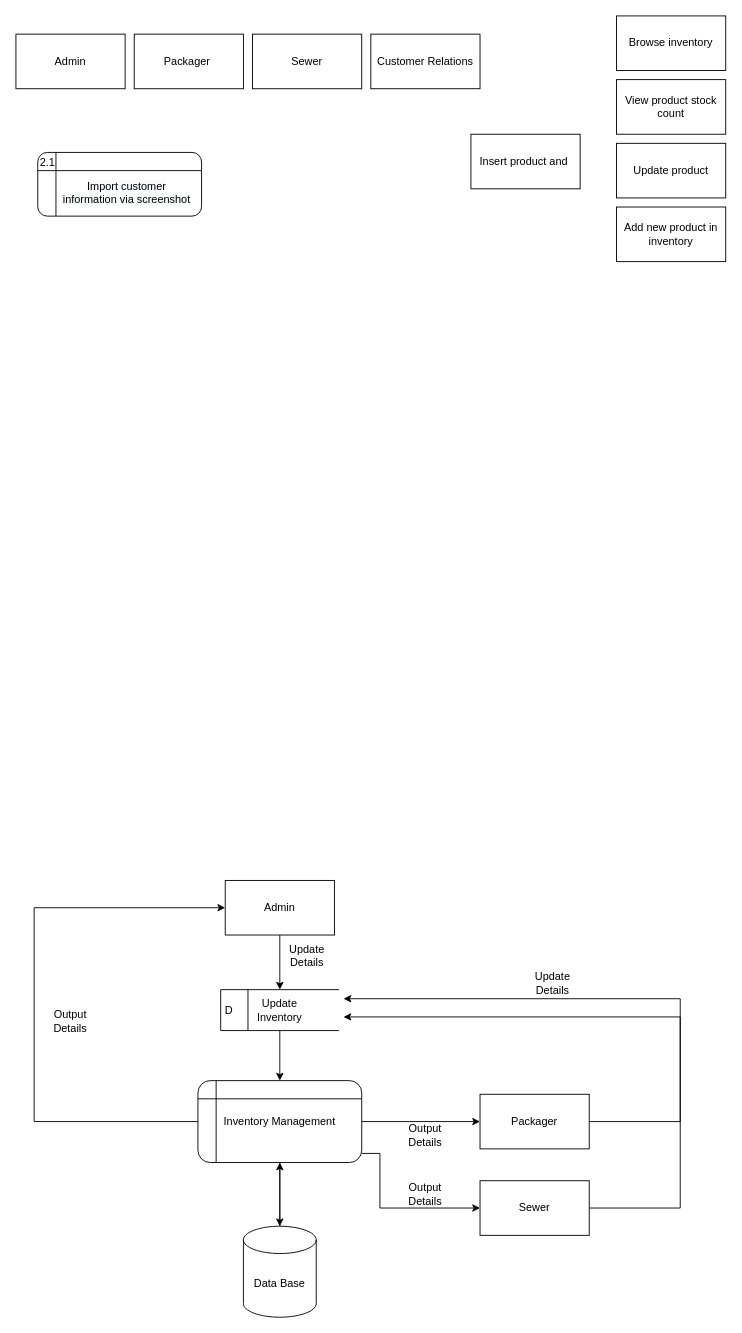
The draw.io diagram page "Copy of Level 2 DFD (Inventory Management)" (7 of 10) of DFD DIAGRAMS.drawio in BryanFabellore/Team_SPOTLIGHT, before the edit. Source tidied: cells renumbered, new cells numbered last; positions are measured from the earlier drawing's top-left corner, leaving out a move shared by most shapes. Both pictures are drawn from the tidied source at 91%, with x=0, y=0 at pixel (15, 15).
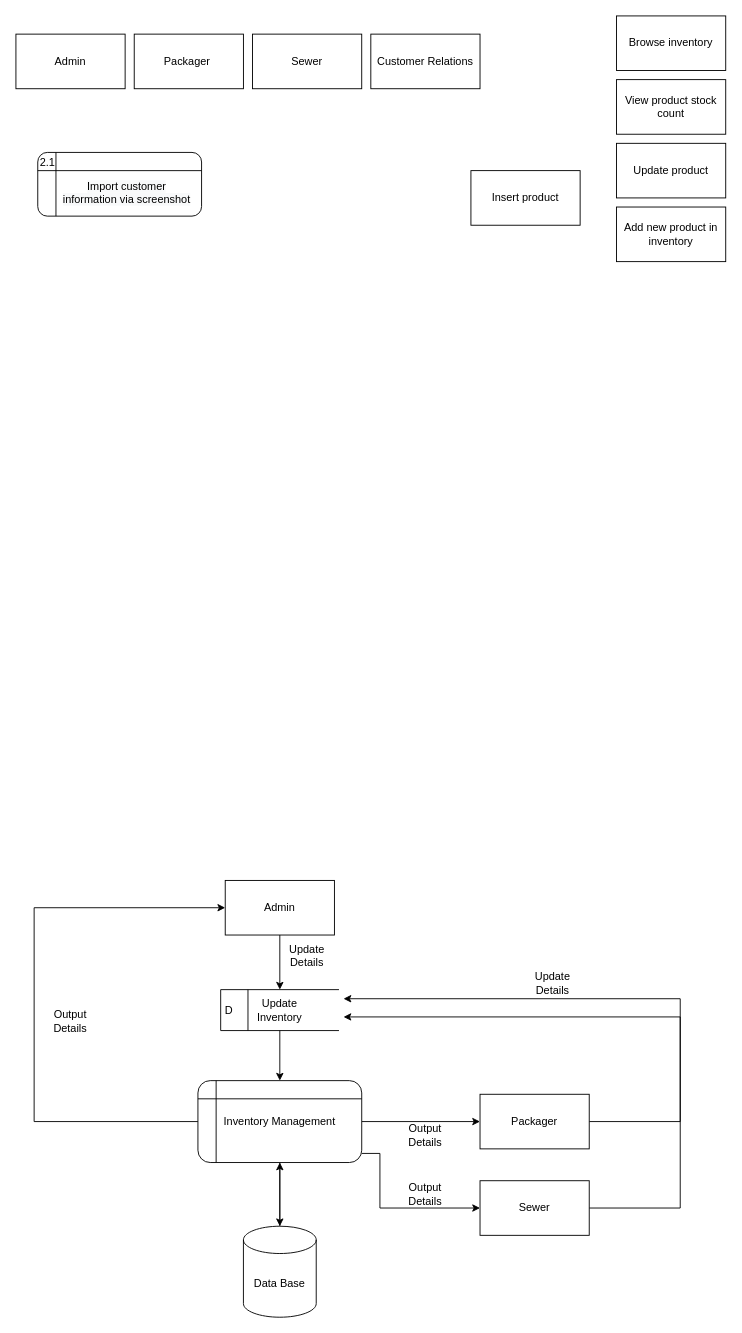
Above is the later version.

The edit, as a diff of the source:
```diff
@@
-    <mxCell id="36" value="Insert product and&amp;nbsp;" style="rounded=0;whiteSpace=wrap;html=1;strokeColor=default;fontFamily=Helvetica;fontSize=12;fontColor=default;fillColor=#FFFFFF;" parent="1" vertex="1">
-      <mxGeometry x="500" y="130" width="120" height="60" as="geometry" />
+    <mxCell id="36" value="Insert product" style="rounded=0;whiteSpace=wrap;html=1;strokeColor=default;fontFamily=Helvetica;fontSize=12;fontColor=default;fillColor=#FFFFFF;" parent="1" vertex="1">
+      <mxGeometry x="500" y="170" width="120" height="60" as="geometry" />
     </mxCell>
```
